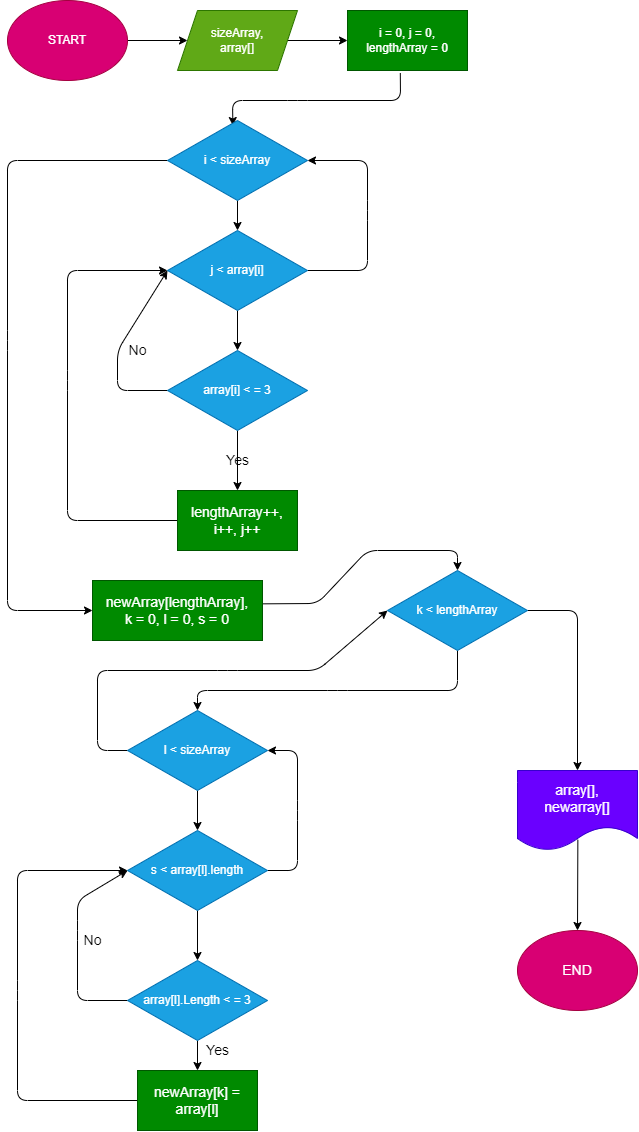
Earlier version of the draw.io export scheme.drawio.png (AlexCh1975/FinalTask). Source tidied: cells renumbered, new cells last; positions are measured from the earlier drawing's top-left corner, leaving out a move shared by most shapes.
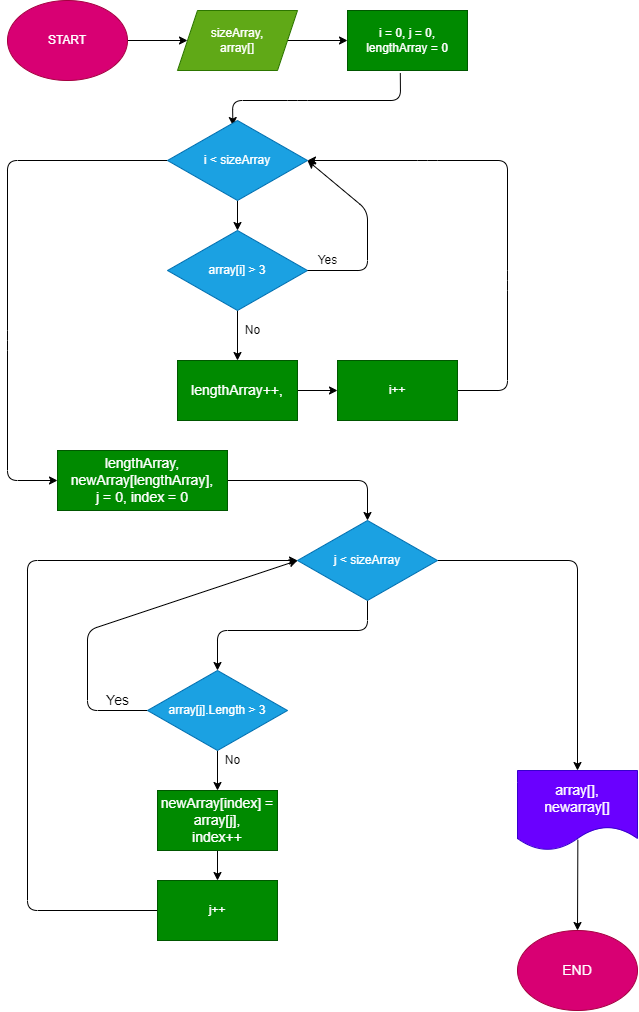
Later version of the same file.

What changed in the source:
```diff
@@ -26,161 +26,120 @@
     <mxCell id="7" value="i = 0, j = 0,&lt;br&gt;lengthArray = 0" style="rounded=0;whiteSpace=wrap;html=1;fillColor=#008a00;fontColor=#ffffff;strokeColor=#005700;" parent="1" vertex="1">
       <mxGeometry x="340" y="10" width="120" height="60" as="geometry" />
     </mxCell>
-    <mxCell id="8" style="edgeStyle=none;html=1;fontSize=14;" parent="1" edge="1" source="10" target="19">
-      <mxGeometry relative="1" as="geometry" />
+    <mxCell id="8" style="edgeStyle=none;html=1;fontSize=14;" parent="1" edge="1" source="10">
+      <mxGeometry relative="1" as="geometry">
+        <mxPoint x="230" y="230" as="targetPoint" />
+      </mxGeometry>
     </mxCell>
     <mxCell id="9" style="edgeStyle=none;html=1;entryX=0;entryY=0.5;entryDx=0;entryDy=0;fontSize=14;exitX=0;exitY=0.5;exitDx=0;exitDy=0;" parent="1" edge="1" source="10" target="32">
       <mxGeometry relative="1" as="geometry">
         <Array as="points">
           <mxPoint y="160" />
           <mxPoint y="340" />
-          <mxPoint y="610" />
+          <mxPoint y="480" />
         </Array>
       </mxGeometry>
     </mxCell>
     <mxCell id="10" value="i &amp;lt; sizeArray" style="rhombus;whiteSpace=wrap;html=1;fillColor=#1ba1e2;fontColor=#ffffff;strokeColor=#006EAF;" parent="1" vertex="1">
       <mxGeometry x="160" y="120" width="140" height="80" as="geometry" />
     </mxCell>
-    <mxCell id="11" style="edgeStyle=none;html=1;fontSize=14;entryX=0.5;entryY=0;entryDx=0;entryDy=0;exitX=0.5;exitY=1;exitDx=0;exitDy=0;" parent="1" edge="1" source="13" target="30">
-      <mxGeometry relative="1" as="geometry">
-        <Array as="points">
-          <mxPoint x="450" y="690" />
-          <mxPoint x="330" y="690" />
-          <mxPoint x="190" y="690" />
-        </Array>
-      </mxGeometry>
-    </mxCell>
     <mxCell id="12" style="edgeStyle=none;html=1;entryX=0.5;entryY=0;entryDx=0;entryDy=0;fontSize=14;exitX=1;exitY=0.5;exitDx=0;exitDy=0;" parent="1" edge="1" source="13" target="39">
       <mxGeometry relative="1" as="geometry">
         <Array as="points">
-          <mxPoint x="570" y="610" />
+          <mxPoint x="570" y="560" />
         </Array>
       </mxGeometry>
     </mxCell>
+    <mxCell id="42" style="edgeStyle=none;html=1;entryX=0.5;entryY=0;entryDx=0;entryDy=0;exitX=0.5;exitY=1;exitDx=0;exitDy=0;" parent="1" edge="1" source="13" target="24">
+      <mxGeometry relative="1" as="geometry">
+        <Array as="points">
+          <mxPoint x="360" y="630" />
+          <mxPoint x="210" y="630" />
+        </Array>
+      </mxGeometry>
+    </mxCell>
-    <mxCell id="13" value="k &amp;lt; lengthArray" style="rhombus;whiteSpace=wrap;html=1;fillColor=#1ba1e2;fontColor=#ffffff;strokeColor=#006EAF;" parent="1" vertex="1">
-      <mxGeometry x="380" y="570" width="140" height="80" as="geometry" />
+    <mxCell id="13" value="j &amp;lt; sizeArray" style="rhombus;whiteSpace=wrap;html=1;fillColor=#1ba1e2;fontColor=#ffffff;strokeColor=#006EAF;" parent="1" vertex="1">
+      <mxGeometry x="290" y="520" width="140" height="80" as="geometry" />
     </mxCell>
     <mxCell id="14" style="edgeStyle=none;html=1;fontSize=14;" parent="1" edge="1" source="16" target="21">
       <mxGeometry relative="1" as="geometry" />
     </mxCell>
-    <mxCell id="15" style="edgeStyle=none;html=1;fontSize=14;exitX=0;exitY=0.5;exitDx=0;exitDy=0;" parent="1" edge="1" source="16">
-      <mxGeometry relative="1" as="geometry">
-        <mxPoint x="160" y="270" as="targetPoint" />
-        <Array as="points">
-          <mxPoint x="110" y="390" />
-          <mxPoint x="110" y="350" />
-        </Array>
-      </mxGeometry>
-    </mxCell>
-    <mxCell id="16" value="array[i] &amp;lt; = 3" style="rhombus;whiteSpace=wrap;html=1;fillColor=#1ba1e2;fontColor=#ffffff;strokeColor=#006EAF;" parent="1" vertex="1">
-      <mxGeometry x="160" y="350" width="140" height="80" as="geometry" />
+    <mxCell id="16" value="array[i] &amp;gt; 3" style="rhombus;whiteSpace=wrap;html=1;fillColor=#1ba1e2;fontColor=#ffffff;strokeColor=#006EAF;" parent="1" vertex="1">
+      <mxGeometry x="160" y="230" width="140" height="80" as="geometry" />
     </mxCell>
-    <mxCell id="17" style="edgeStyle=none;html=1;fontSize=14;" parent="1" edge="1" source="19" target="16">
-      <mxGeometry relative="1" as="geometry" />
+    <mxCell id="17" style="edgeStyle=none;html=1;fontSize=14;" parent="1" edge="1" target="16">
+      <mxGeometry relative="1" as="geometry">
+        <mxPoint x="230" y="310" as="sourcePoint" />
+      </mxGeometry>
     </mxCell>
-    <mxCell id="18" style="edgeStyle=none;html=1;entryX=1;entryY=0.5;entryDx=0;entryDy=0;fontSize=14;exitX=1;exitY=0.5;exitDx=0;exitDy=0;" parent="1" edge="1" source="19" target="10">
+    <mxCell id="18" style="edgeStyle=none;html=1;entryX=1;entryY=0.5;entryDx=0;entryDy=0;fontSize=14;exitX=1;exitY=0.5;exitDx=0;exitDy=0;" parent="1" edge="1" target="10">
       <mxGeometry relative="1" as="geometry">
+        <mxPoint x="300" y="270" as="sourcePoint" />
         <Array as="points">
           <mxPoint x="360" y="270" />
           <mxPoint x="360" y="210" />
-          <mxPoint x="360" y="160" />
         </Array>
       </mxGeometry>
     </mxCell>
-    <mxCell id="19" value="j &amp;lt; array[i]" style="rhombus;whiteSpace=wrap;html=1;fillColor=#1ba1e2;fontColor=#ffffff;strokeColor=#006EAF;" parent="1" vertex="1">
-      <mxGeometry x="160" y="230" width="140" height="80" as="geometry" />
-    </mxCell>
-    <mxCell id="20" style="edgeStyle=none;html=1;entryX=0;entryY=0.5;entryDx=0;entryDy=0;fontSize=14;" parent="1" edge="1" source="21" target="19">
-      <mxGeometry relative="1" as="geometry">
-        <Array as="points">
-          <mxPoint x="60" y="520" />
-          <mxPoint x="60" y="380" />
-          <mxPoint x="60" y="270" />
-        </Array>
-      </mxGeometry>
-    </mxCell>
+    <mxCell id="43" style="edgeStyle=none;html=1;exitX=1;exitY=0.5;exitDx=0;exitDy=0;" parent="1" edge="1" source="51">
+      <mxGeometry relative="1" as="geometry">
+        <mxPoint x="300" y="160" as="targetPoint" />
+        <Array as="points">
+          <mxPoint x="500" y="390" />
+          <mxPoint x="500" y="280" />
+          <mxPoint x="500" y="160" />
+          <mxPoint x="420" y="160" />
+        </Array>
+      </mxGeometry>
+    </mxCell>
+    <mxCell id="44" style="edgeStyle=none;html=1;" parent="1" edge="1" source="21" target="51">
+      <mxGeometry relative="1" as="geometry" />
+    </mxCell>
-    <mxCell id="21" value="lengthArray++,&lt;br&gt;i++, j++" style="rounded=0;whiteSpace=wrap;html=1;fontSize=14;fillColor=#008a00;fontColor=#ffffff;strokeColor=#005700;" parent="1" vertex="1">
-      <mxGeometry x="170" y="490" width="120" height="60" as="geometry" />
+    <mxCell id="21" value="lengthArray++,&lt;br&gt;" style="rounded=0;whiteSpace=wrap;html=1;fontSize=14;fillColor=#008a00;fontColor=#ffffff;strokeColor=#005700;" parent="1" vertex="1">
+      <mxGeometry x="170" y="360" width="120" height="60" as="geometry" />
     </mxCell>
-    <mxCell id="22" style="edgeStyle=none;html=1;fontSize=14;" parent="1" edge="1" source="24" target="35">
+    <mxCell id="22" style="edgeStyle=none;html=1;" parent="1" edge="1" source="24" target="35">
       <mxGeometry relative="1" as="geometry" />
     </mxCell>
-    <mxCell id="23" style="edgeStyle=none;html=1;entryX=0;entryY=0.5;entryDx=0;entryDy=0;fontSize=14;exitX=0;exitY=0.5;exitDx=0;exitDy=0;" parent="1" edge="1" source="24" target="27">
-      <mxGeometry relative="1" as="geometry">
-        <Array as="points">
-          <mxPoint x="70" y="1000" />
-          <mxPoint x="70" y="930" />
-          <mxPoint x="70" y="900" />
-        </Array>
-      </mxGeometry>
-    </mxCell>
+    <mxCell id="45" style="edgeStyle=none;html=1;entryX=0;entryY=0.5;entryDx=0;entryDy=0;exitX=0;exitY=0.5;exitDx=0;exitDy=0;" parent="1" edge="1" source="24" target="13">
+      <mxGeometry relative="1" as="geometry">
+        <Array as="points">
+          <mxPoint x="80" y="710" />
+          <mxPoint x="80" y="630" />
+        </Array>
+      </mxGeometry>
+    </mxCell>
-    <mxCell id="24" value="array[l].Length &amp;lt; = 3" style="rhombus;whiteSpace=wrap;html=1;fillColor=#1ba1e2;fontColor=#ffffff;strokeColor=#006EAF;" parent="1" vertex="1">
-      <mxGeometry x="120" y="960" width="140" height="80" as="geometry" />
+    <mxCell id="24" value="array[j].Length &amp;gt; 3" style="rhombus;whiteSpace=wrap;html=1;fillColor=#1ba1e2;fontColor=#ffffff;strokeColor=#006EAF;" parent="1" vertex="1">
+      <mxGeometry x="140" y="670" width="140" height="80" as="geometry" />
     </mxCell>
-    <mxCell id="25" style="edgeStyle=none;html=1;fontSize=14;" parent="1" edge="1" source="27" target="24">
-      <mxGeometry relative="1" as="geometry" />
-    </mxCell>
-    <mxCell id="26" style="edgeStyle=none;html=1;entryX=1;entryY=0.5;entryDx=0;entryDy=0;fontSize=14;exitX=1;exitY=0.5;exitDx=0;exitDy=0;" parent="1" edge="1" source="27" target="30">
-      <mxGeometry relative="1" as="geometry">
-        <Array as="points">
-          <mxPoint x="290" y="870" />
-          <mxPoint x="290" y="810" />
-          <mxPoint x="290" y="750" />
-        </Array>
-      </mxGeometry>
-    </mxCell>
-    <mxCell id="27" value="s &amp;lt; array[l].length" style="rhombus;whiteSpace=wrap;html=1;fillColor=#1ba1e2;fontColor=#ffffff;strokeColor=#006EAF;" parent="1" vertex="1">
-      <mxGeometry x="120" y="830" width="140" height="80" as="geometry" />
-    </mxCell>
-    <mxCell id="28" style="edgeStyle=none;html=1;fontSize=14;" parent="1" edge="1" source="30" target="27">
-      <mxGeometry relative="1" as="geometry" />
-    </mxCell>
-    <mxCell id="29" style="edgeStyle=none;html=1;entryX=0;entryY=0.5;entryDx=0;entryDy=0;fontSize=14;exitX=0;exitY=0.5;exitDx=0;exitDy=0;" parent="1" edge="1" source="30" target="13">
-      <mxGeometry relative="1" as="geometry">
-        <Array as="points">
-          <mxPoint x="90" y="750" />
-          <mxPoint x="90" y="670" />
-          <mxPoint x="220" y="670" />
-          <mxPoint x="310" y="670" />
-        </Array>
-      </mxGeometry>
-    </mxCell>
-    <mxCell id="30" value="l &amp;lt; sizeArray" style="rhombus;whiteSpace=wrap;html=1;fillColor=#1ba1e2;fontColor=#ffffff;strokeColor=#006EAF;" parent="1" vertex="1">
-      <mxGeometry x="120" y="710" width="140" height="80" as="geometry" />
-    </mxCell>
-    <mxCell id="31" style="edgeStyle=none;html=1;entryX=0.5;entryY=0;entryDx=0;entryDy=0;fontSize=14;exitX=1.002;exitY=0.389;exitDx=0;exitDy=0;exitPerimeter=0;" parent="1" edge="1" source="32" target="13">
+    <mxCell id="31" style="edgeStyle=none;html=1;entryX=0.5;entryY=0;entryDx=0;entryDy=0;exitX=1;exitY=0.5;exitDx=0;exitDy=0;" parent="1" edge="1" source="32" target="13">
       <mxGeometry relative="1" as="geometry">
         <Array as="points">
-          <mxPoint x="310" y="603" />
-          <mxPoint x="360" y="550" />
-          <mxPoint x="450" y="550" />
+          <mxPoint x="360" y="480" />
         </Array>
       </mxGeometry>
     </mxCell>
-    <mxCell id="32" value="newArray[lengthArray],&lt;br&gt;k = 0, l = 0, s = 0" style="rounded=0;whiteSpace=wrap;html=1;fontSize=14;fillColor=#008a00;fontColor=#ffffff;strokeColor=#005700;" parent="1" vertex="1">
-      <mxGeometry x="85" y="580" width="170" height="60" as="geometry" />
+    <mxCell id="32" value="lengthArray, newArray[lengthArray],&lt;br&gt;j = 0, index = 0" style="rounded=0;whiteSpace=wrap;html=1;fontSize=14;fillColor=#008a00;fontColor=#ffffff;strokeColor=#005700;" parent="1" vertex="1">
+      <mxGeometry x="50" y="450" width="170" height="60" as="geometry" />
     </mxCell>
-    <mxCell id="33" value="Yes" style="text;html=1;align=center;verticalAlign=middle;strokeColor=none;fillColor=none;fontSize=14;" parent="1" vertex="1">
-      <mxGeometry x="210" y="450" width="40" height="20" as="geometry" />
-    </mxCell>
-    <mxCell id="34" style="edgeStyle=none;html=1;entryX=0;entryY=0.5;entryDx=0;entryDy=0;fontSize=14;exitX=0;exitY=0.5;exitDx=0;exitDy=0;" parent="1" edge="1" source="35" target="27">
-      <mxGeometry relative="1" as="geometry">
-        <Array as="points">
-          <mxPoint x="10" y="1100" />
-          <mxPoint x="10" y="990" />
-          <mxPoint x="10" y="870" />
-        </Array>
-      </mxGeometry>
-    </mxCell>
+    <mxCell id="46" style="edgeStyle=none;html=1;exitX=0;exitY=0.5;exitDx=0;exitDy=0;" parent="1" edge="1" source="49">
+      <mxGeometry relative="1" as="geometry">
+        <mxPoint x="290" y="560" as="targetPoint" />
+        <Array as="points">
+          <mxPoint x="20" y="910" />
+          <mxPoint x="20" y="560" />
+        </Array>
+      </mxGeometry>
+    </mxCell>
+    <mxCell id="47" style="edgeStyle=none;html=1;" parent="1" edge="1" source="35" target="49">
+      <mxGeometry relative="1" as="geometry" />
+    </mxCell>
-    <mxCell id="35" value="newArray[k] = array[l]" style="rounded=0;whiteSpace=wrap;html=1;fontSize=14;fillColor=#008a00;fontColor=#ffffff;strokeColor=#005700;" parent="1" vertex="1">
-      <mxGeometry x="130" y="1070" width="120" height="60" as="geometry" />
+    <mxCell id="35" value="newArray[index] = array[j],&lt;br&gt;index++" style="rounded=0;whiteSpace=wrap;html=1;fontSize=14;fillColor=#008a00;fontColor=#ffffff;strokeColor=#005700;" parent="1" vertex="1">
+      <mxGeometry x="150" y="790" width="120" height="60" as="geometry" />
     </mxCell>
     <mxCell id="36" value="Yes" style="text;html=1;align=center;verticalAlign=middle;strokeColor=none;fillColor=none;fontSize=14;" parent="1" vertex="1">
-      <mxGeometry x="190" y="1040" width="40" height="20" as="geometry" />
+      <mxGeometry x="90" y="690" width="40" height="20" as="geometry" />
     </mxCell>
-    <mxCell id="37" value="No" style="text;html=1;align=center;verticalAlign=middle;strokeColor=none;fillColor=none;fontSize=14;" parent="1" vertex="1">
-      <mxGeometry x="70" y="930" width="30" height="20" as="geometry" />
-    </mxCell>
     <mxCell id="38" style="edgeStyle=none;html=1;fontSize=14;exitX=0.503;exitY=0.865;exitDx=0;exitDy=0;exitPerimeter=0;" parent="1" edge="1" source="39" target="40">
       <mxGeometry relative="1" as="geometry" />
     </mxCell>
@@ -190,8 +149,20 @@
     <mxCell id="40" value="END" style="ellipse;whiteSpace=wrap;html=1;fontSize=14;fillColor=#d80073;fontColor=#ffffff;strokeColor=#A50040;" parent="1" vertex="1">
       <mxGeometry x="510" y="930" width="120" height="80" as="geometry" />
     </mxCell>
-    <mxCell id="41" value="No" style="text;html=1;align=center;verticalAlign=middle;strokeColor=none;fillColor=none;fontSize=14;" parent="1" vertex="1">
-      <mxGeometry x="115" y="340" width="30" height="20" as="geometry" />
-    </mxCell>
+    <mxCell id="33" value="Yes" style="text;html=1;align=center;verticalAlign=middle;strokeColor=none;fillColor=none;" parent="1" vertex="1">
+      <mxGeometry x="300" y="250" width="40" height="20" as="geometry" />
+    </mxCell>
+    <mxCell id="48" value="No" style="text;html=1;align=center;verticalAlign=middle;strokeColor=none;fillColor=none;" parent="1" vertex="1">
+      <mxGeometry x="230" y="320" width="30" height="20" as="geometry" />
+    </mxCell>
+    <mxCell id="49" value="j++" style="rounded=0;whiteSpace=wrap;html=1;fillColor=#008a00;fontColor=#ffffff;strokeColor=#005700;" parent="1" vertex="1">
+      <mxGeometry x="150" y="880" width="120" height="60" as="geometry" />
+    </mxCell>
+    <mxCell id="50" value="No" style="text;html=1;align=center;verticalAlign=middle;strokeColor=none;fillColor=none;" parent="1" vertex="1">
+      <mxGeometry x="210" y="750" width="30" height="20" as="geometry" />
+    </mxCell>
+    <mxCell id="51" value="i++" style="rounded=0;whiteSpace=wrap;html=1;fillColor=#008a00;fontColor=#ffffff;strokeColor=#005700;" parent="1" vertex="1">
+      <mxGeometry x="330" y="360" width="120" height="60" as="geometry" />
+    </mxCell>
   </root>
 </mxGraphModel>
```
